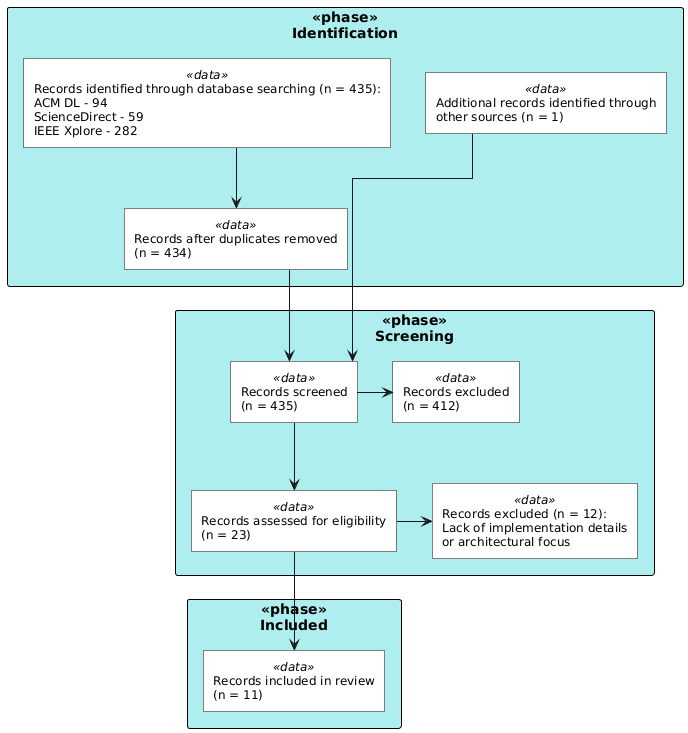
Before: thesis/ch2/assets/LRRQ1-prisma.png, a diagram exported from PlantUML (gustavocaiano/fuse). The source it was exported from:
```plantuml
@startuml
skinparam defaultFontName Arial
skinparam defaultFontSize 12
skinparam shadow false
skinparam linetype ortho
top to bottom direction

skinparam rectangle<<phase>> {
    BackgroundColor #AEEEEE
    BorderColor Black
    FontColor Black
    FontSize 14
    FontStyle Bold
    Padding 10
}

skinparam rectangle<<data>> {
    BackgroundColor White
    BorderColor Black
    HorizontalAlignment center
    RoundCorner 0
}

rectangle "Identification" <<phase>> {
    rectangle "Records identified through database searching (n = 435):\nACM DL - 94\nScienceDirect - 59\nIEEE Xplore - 282" as db_results <<data>>
    rectangle "Additional records identified through\nother sources (n = 1)" as other_sources <<data>>

    db_results -[hidden]right- other_sources

    rectangle "Records after duplicates removed\n(n = 434)" as dedup <<data>>
}

rectangle "Screening" <<phase>> {
    rectangle "Records screened\n(n = 435)" as screened <<data>>
    rectangle "Records excluded\n(n = 412)" as excluded_screen <<data>>

    rectangle "Records assessed for eligibility\n(n = 23)" as eligibility <<data>>
    rectangle "Records excluded (n = 12):\nLack of implementation details\nor architectural focus" as excluded_full <<data>>
}

rectangle "Included" <<phase>> {
    rectangle "Records included in review\n(n = 11)" as included <<data>>
}


db_results --> dedup

dedup --> screened
other_sources --> screened

screened -right-> excluded_screen
screened --> eligibility

eligibility -right-> excluded_full
eligibility --> included
@enduml
```
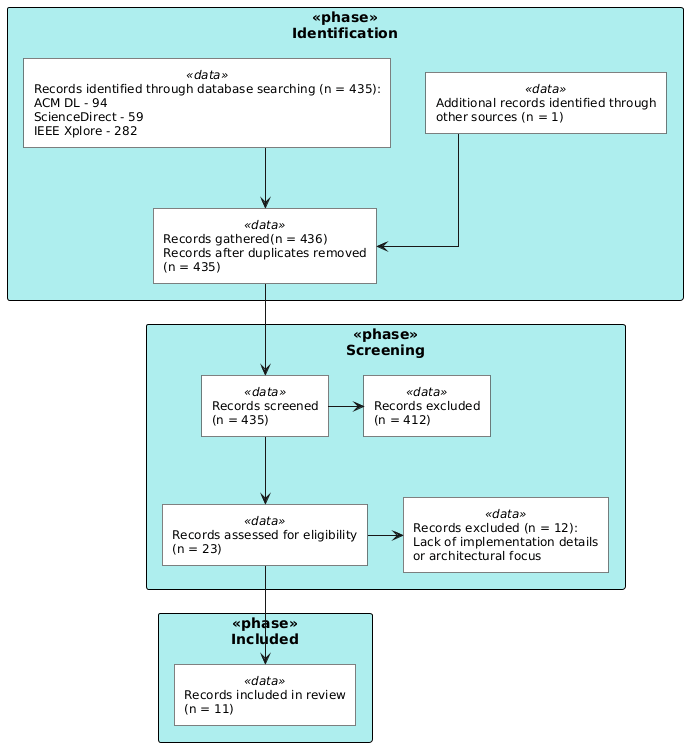
After the commit.

Diff of the diagram source:
```diff
@@ -26,8 +26,7 @@
     rectangle "Additional records identified through\nother sources (n = 1)" as other_sources <<data>>
 
     db_results -[hidden]right- other_sources
-
-    rectangle "Records after duplicates removed\n(n = 434)" as dedup <<data>>
+    rectangle "Records gathered(n = 436)\nRecords after duplicates removed\n(n = 435)" as dedup <<data>>
 }
 
 rectangle "Screening" <<phase>> {
@@ -46,7 +45,7 @@
 db_results --> dedup
 
 dedup --> screened
-other_sources --> screened
+other_sources --> dedup
 
 screened -right-> excluded_screen
 screened --> eligibility
```
